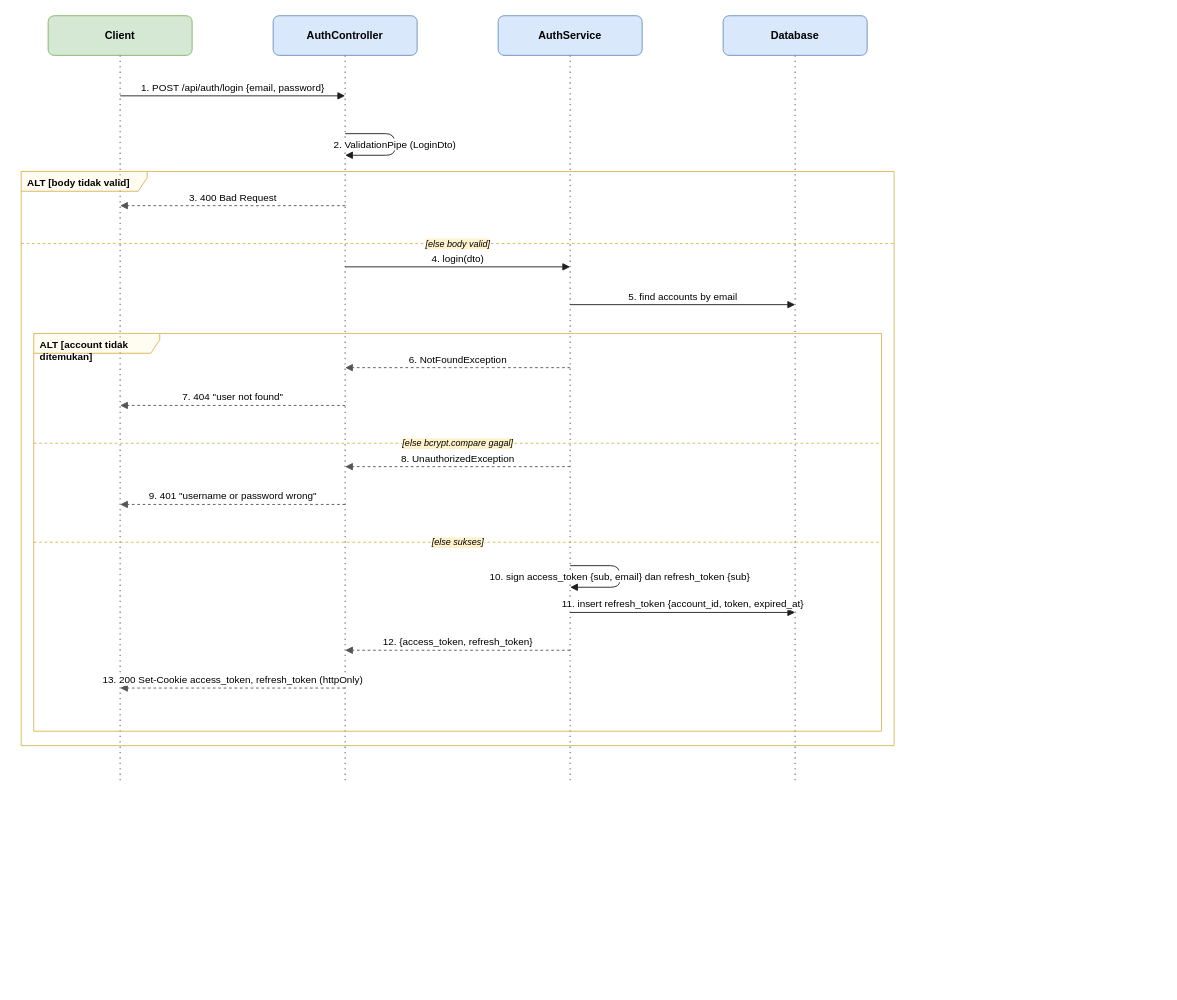
This is docs/diagrams/sequence/sequence-login.drawio from dimstyle/ruang-baca, a draw.io file, before an edit. Source tidied: cells renumbered, new cells numbered last; positions are measured from the earlier drawing's top-left corner, leaving out a move shared by most shapes. Both pictures are drawn from the tidied source at 90%, with x=0, y=0 at pixel (21, 15).
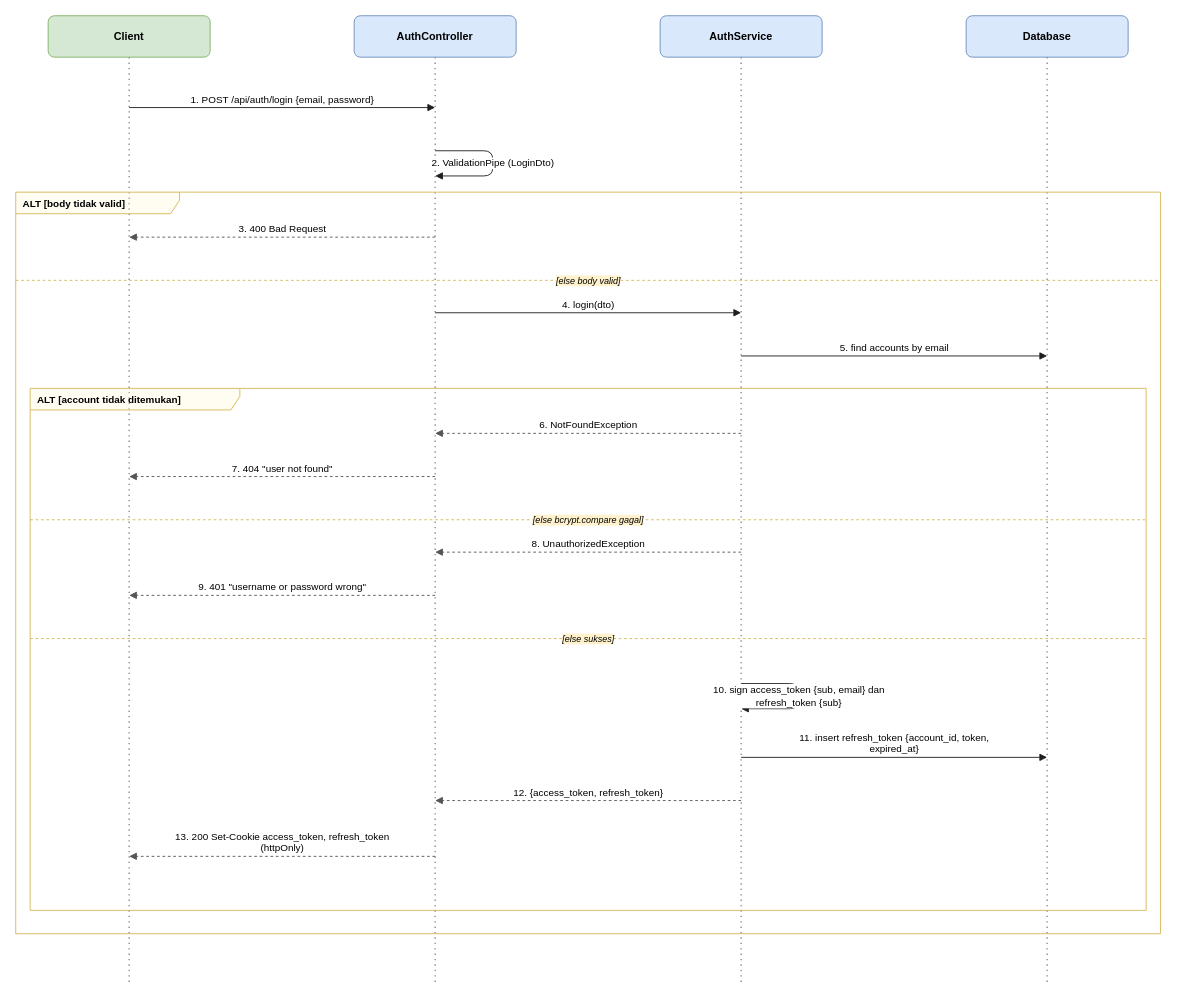
The same page after the edit.

What changed in the source:
```diff
@@
     <mxCell id="2" value="Client" style="rounded=1;whiteSpace=wrap;html=1;fillColor=#d5e8d4;strokeColor=#82b366;fontStyle=1;fontSize=12;" parent="1" vertex="1">
-      <mxGeometry x="30" width="160" height="44" as="geometry" />
+      <mxGeometry x="30" width="180" height="46" as="geometry" />
     </mxCell>
     <mxCell id="3" style="endArrow=none;dashed=1;html=1;dashPattern=1 3;strokeWidth=1.5;strokeColor=#888888;" parent="1" edge="1">
       <mxGeometry relative="1" as="geometry">
-        <mxPoint x="110" y="44" as="sourcePoint" />
-        <mxPoint x="110" y="851" as="targetPoint" />
+        <mxPoint x="120" y="46" as="sourcePoint" />
+        <mxPoint x="120" y="1074" as="targetPoint" />
       </mxGeometry>
     </mxCell>
     <mxCell id="4" value="AuthController" style="rounded=1;whiteSpace=wrap;html=1;fillColor=#dae8fc;strokeColor=#6c8ebf;fontStyle=1;fontSize=12;" parent="1" vertex="1">
-      <mxGeometry x="280" width="160" height="44" as="geometry" />
+      <mxGeometry x="370" width="180" height="46" as="geometry" />
     </mxCell>
     <mxCell id="5" style="endArrow=none;dashed=1;html=1;dashPattern=1 3;strokeWidth=1.5;strokeColor=#888888;" parent="1" edge="1">
       <mxGeometry relative="1" as="geometry">
-        <mxPoint x="360" y="44" as="sourcePoint" />
-        <mxPoint x="360" y="851" as="targetPoint" />
+        <mxPoint x="460" y="46" as="sourcePoint" />
+        <mxPoint x="460" y="1074" as="targetPoint" />
       </mxGeometry>
     </mxCell>
     <mxCell id="6" value="AuthService" style="rounded=1;whiteSpace=wrap;html=1;fillColor=#dae8fc;strokeColor=#6c8ebf;fontStyle=1;fontSize=12;" parent="1" vertex="1">
-      <mxGeometry x="530" width="160" height="44" as="geometry" />
+      <mxGeometry x="710" width="180" height="46" as="geometry" />
     </mxCell>
     <mxCell id="7" style="endArrow=none;dashed=1;html=1;dashPattern=1 3;strokeWidth=1.5;strokeColor=#888888;" parent="1" edge="1">
       <mxGeometry relative="1" as="geometry">
-        <mxPoint x="610" y="44" as="sourcePoint" />
-        <mxPoint x="610" y="851" as="targetPoint" />
+        <mxPoint x="800" y="46" as="sourcePoint" />
+        <mxPoint x="800" y="1074" as="targetPoint" />
       </mxGeometry>
     </mxCell>
     <mxCell id="8" value="Database" style="rounded=1;whiteSpace=wrap;html=1;fillColor=#dae8fc;strokeColor=#6c8ebf;fontStyle=1;fontSize=12;" parent="1" vertex="1">
-      <mxGeometry x="780" width="160" height="44" as="geometry" />
+      <mxGeometry x="1050" width="180" height="46" as="geometry" />
     </mxCell>
     <mxCell id="9" style="endArrow=none;dashed=1;html=1;dashPattern=1 3;strokeWidth=1.5;strokeColor=#888888;" parent="1" edge="1">
       <mxGeometry relative="1" as="geometry">
-        <mxPoint x="860" y="44" as="sourcePoint" />
-        <mxPoint x="860" y="851" as="targetPoint" />
+        <mxPoint x="1140" y="46" as="sourcePoint" />
+        <mxPoint x="1140" y="1074" as="targetPoint" />
       </mxGeometry>
     </mxCell>
-    <mxCell id="10" value="ALT [account tidak ditemukan]" style="shape=umlFrame;whiteSpace=wrap;html=1;width=140;height=22;boundedLbl=1;verticalAlign=top;align=left;spacingLeft=5;fillColor=#fff2cc;strokeColor=#d6b656;fillOpacity=25;fontSize=11;fontStyle=1;" parent="1" vertex="1">
-      <mxGeometry x="14" y="353" width="942" height="442" as="geometry" />
+    <mxCell id="10" value="ALT [account tidak ditemukan]" style="shape=umlFrame;whiteSpace=wrap;html=1;width=233;height=24;boundedLbl=1;verticalAlign=top;align=left;spacingLeft=6;fillColor=#fff2cc;strokeColor=#d6b656;fillOpacity=25;fontSize=11;fontStyle=1;" parent="1" vertex="1">
+      <mxGeometry x="10" y="414" width="1240" height="580" as="geometry" />
     </mxCell>
     <mxCell id="11" value="[else bcrypt.compare gagal]" style="endArrow=none;dashed=1;html=1;strokeColor=#d6b656;labelBackgroundColor=#fff2cc;fontSize=10;fontStyle=2;" parent="1" edge="1">
       <mxGeometry relative="1" as="geometry">
-        <mxPoint x="14" y="475" as="sourcePoint" />
-        <mxPoint x="956" y="475" as="targetPoint" />
+        <mxPoint x="10" y="560" as="sourcePoint" />
+        <mxPoint x="1250" y="560" as="targetPoint" />
       </mxGeometry>
     </mxCell>
     <mxCell id="12" value="[else sukses]" style="endArrow=none;dashed=1;html=1;strokeColor=#d6b656;labelBackgroundColor=#fff2cc;fontSize=10;fontStyle=2;" parent="1" edge="1">
       <mxGeometry relative="1" as="geometry">
-        <mxPoint x="14" y="585" as="sourcePoint" />
-        <mxPoint x="956" y="585" as="targetPoint" />
+        <mxPoint x="10" y="692" as="sourcePoint" />
+        <mxPoint x="1250" y="692" as="targetPoint" />
       </mxGeometry>
     </mxCell>
-    <mxCell id="13" value="ALT [body tidak valid]" style="shape=umlFrame;whiteSpace=wrap;html=1;width=140;height=22;boundedLbl=1;verticalAlign=top;align=left;spacingLeft=5;fillColor=#fff2cc;strokeColor=#d6b656;fillOpacity=25;fontSize=11;fontStyle=1;" parent="1" vertex="1">
-      <mxGeometry y="173" width="970" height="638" as="geometry" />
+    <mxCell id="13" value="ALT [body tidak valid]" style="shape=umlFrame;whiteSpace=wrap;html=1;width=182;height=24;boundedLbl=1;verticalAlign=top;align=left;spacingLeft=6;fillColor=#fff2cc;strokeColor=#d6b656;fillOpacity=25;fontSize=11;fontStyle=1;" parent="1" vertex="1">
+      <mxGeometry x="-6" y="196" width="1272" height="824" as="geometry" />
     </mxCell>
     <mxCell id="14" value="[else body valid]" style="endArrow=none;dashed=1;html=1;strokeColor=#d6b656;labelBackgroundColor=#fff2cc;fontSize=10;fontStyle=2;" parent="1" edge="1">
       <mxGeometry relative="1" as="geometry">
-        <mxPoint y="253" as="sourcePoint" />
-        <mxPoint x="970" y="253" as="targetPoint" />
+        <mxPoint x="-6" y="294" as="sourcePoint" />
+        <mxPoint x="1266" y="294" as="targetPoint" />
       </mxGeometry>
     </mxCell>
     <mxCell id="15" value="1. POST /api/auth/login {email, password}" style="html=1;verticalAlign=bottom;endArrow=block;endFill=1;strokeColor=#1F1F1F;fontSize=11;labelBackgroundColor=#ffffff;" parent="1" edge="1">
       <mxGeometry relative="1" as="geometry">
-        <mxPoint x="110" y="89" as="sourcePoint" />
-        <mxPoint x="360" y="89" as="targetPoint" />
+        <mxPoint x="120" y="102" as="sourcePoint" />
+        <mxPoint x="460" y="102" as="targetPoint" />
       </mxGeometry>
     </mxCell>
     <mxCell id="16" value="2. ValidationPipe (LoginDto)" style="edgeStyle=orthogonalEdgeStyle;rounded=1;html=1;endArrow=block;endFill=1;strokeColor=#1F1F1F;fontSize=11;labelBackgroundColor=#ffffff;" parent="1" edge="1">
       <mxGeometry relative="1" as="geometry">
-        <mxPoint x="360" y="131" as="sourcePoint" />
-        <mxPoint x="360" y="155" as="targetPoint" />
+        <mxPoint x="460" y="150" as="sourcePoint" />
+        <mxPoint x="460" y="178" as="targetPoint" />
         <Array as="points">
-          <mxPoint x="415" y="131" />
-          <mxPoint x="415" y="155" />
+          <mxPoint x="524" y="150" />
+          <mxPoint x="524" y="178" />
         </Array>
       </mxGeometry>
     </mxCell>
     <mxCell id="17" value="3. 400 Bad Request" style="html=1;verticalAlign=bottom;endArrow=block;endFill=1;dashed=1;strokeColor=#555555;fontSize=11;labelBackgroundColor=#ffffff;" parent="1" edge="1">
       <mxGeometry relative="1" as="geometry">
-        <mxPoint x="360" y="211" as="sourcePoint" />
-        <mxPoint x="110" y="211" as="targetPoint" />
+        <mxPoint x="460" y="246" as="sourcePoint" />
+        <mxPoint x="120" y="246" as="targetPoint" />
       </mxGeometry>
     </mxCell>
     <mxCell id="18" value="4. login(dto)" style="html=1;verticalAlign=bottom;endArrow=block;endFill=1;strokeColor=#1F1F1F;fontSize=11;labelBackgroundColor=#ffffff;" parent="1" edge="1">
       <mxGeometry relative="1" as="geometry">
-        <mxPoint x="360" y="279" as="sourcePoint" />
-        <mxPoint x="610" y="279" as="targetPoint" />
+        <mxPoint x="460" y="330" as="sourcePoint" />
+        <mxPoint x="800" y="330" as="targetPoint" />
       </mxGeometry>
     </mxCell>
     <mxCell id="19" value="5. find accounts by email" style="html=1;verticalAlign=bottom;endArrow=block;endFill=1;strokeColor=#1F1F1F;fontSize=11;labelBackgroundColor=#ffffff;" parent="1" edge="1">
       <mxGeometry relative="1" as="geometry">
-        <mxPoint x="610" y="321" as="sourcePoint" />
-        <mxPoint x="860" y="321" as="targetPoint" />
+        <mxPoint x="800" y="378" as="sourcePoint" />
+        <mxPoint x="1140" y="378" as="targetPoint" />
       </mxGeometry>
     </mxCell>
     <mxCell id="20" value="6. NotFoundException" style="html=1;verticalAlign=bottom;endArrow=block;endFill=1;dashed=1;strokeColor=#555555;fontSize=11;labelBackgroundColor=#ffffff;" parent="1" edge="1">
       <mxGeometry relative="1" as="geometry">
-        <mxPoint x="610" y="391" as="sourcePoint" />
-        <mxPoint x="360" y="391" as="targetPoint" />
+        <mxPoint x="800" y="464" as="sourcePoint" />
+        <mxPoint x="460" y="464" as="targetPoint" />
       </mxGeometry>
     </mxCell>
     <mxCell id="21" value="7. 404 &quot;user not found&quot;" style="html=1;verticalAlign=bottom;endArrow=block;endFill=1;dashed=1;strokeColor=#555555;fontSize=11;labelBackgroundColor=#ffffff;" parent="1" edge="1">
       <mxGeometry relative="1" as="geometry">
-        <mxPoint x="360" y="433" as="sourcePoint" />
-        <mxPoint x="110" y="433" as="targetPoint" />
+        <mxPoint x="460" y="512" as="sourcePoint" />
+        <mxPoint x="120" y="512" as="targetPoint" />
       </mxGeometry>
     </mxCell>
     <mxCell id="22" value="8. UnauthorizedException" style="html=1;verticalAlign=bottom;endArrow=block;endFill=1;dashed=1;strokeColor=#555555;fontSize=11;labelBackgroundColor=#ffffff;" parent="1" edge="1">
       <mxGeometry relative="1" as="geometry">
-        <mxPoint x="610" y="501" as="sourcePoint" />
-        <mxPoint x="360" y="501" as="targetPoint" />
+        <mxPoint x="800" y="596" as="sourcePoint" />
+        <mxPoint x="460" y="596" as="targetPoint" />
       </mxGeometry>
     </mxCell>
     <mxCell id="23" value="9. 401 &quot;username or password wrong&quot;" style="html=1;verticalAlign=bottom;endArrow=block;endFill=1;dashed=1;strokeColor=#555555;fontSize=11;labelBackgroundColor=#ffffff;" parent="1" edge="1">
       <mxGeometry relative="1" as="geometry">
-        <mxPoint x="360" y="543" as="sourcePoint" />
-        <mxPoint x="110" y="543" as="targetPoint" />
+        <mxPoint x="460" y="644" as="sourcePoint" />
+        <mxPoint x="120" y="644" as="targetPoint" />
       </mxGeometry>
     </mxCell>
-    <mxCell id="24" value="10. sign access_token {sub, email} dan refresh_token {sub}" style="edgeStyle=orthogonalEdgeStyle;rounded=1;html=1;endArrow=block;endFill=1;strokeColor=#1F1F1F;fontSize=11;labelBackgroundColor=#ffffff;" parent="1" edge="1">
+    <mxCell id="24" value="10. sign access_token {sub, email} dan&lt;br/&gt;refresh_token {sub}" style="edgeStyle=orthogonalEdgeStyle;rounded=1;html=1;endArrow=block;endFill=1;strokeColor=#1F1F1F;fontSize=11;labelBackgroundColor=#ffffff;" parent="1" edge="1">
       <mxGeometry relative="1" as="geometry">
-        <mxPoint x="610" y="611" as="sourcePoint" />
-        <mxPoint x="610" y="635" as="targetPoint" />
+        <mxPoint x="800" y="742" as="sourcePoint" />
+        <mxPoint x="800" y="770" as="targetPoint" />
         <Array as="points">
-          <mxPoint x="665" y="611" />
-          <mxPoint x="665" y="635" />
+          <mxPoint x="864" y="742" />
+          <mxPoint x="864" y="770" />
         </Array>
       </mxGeometry>
     </mxCell>
-    <mxCell id="25" value="11. insert refresh_token {account_id, token, expired_at}" style="html=1;verticalAlign=bottom;endArrow=block;endFill=1;strokeColor=#1F1F1F;fontSize=11;labelBackgroundColor=#ffffff;" parent="1" edge="1">
+    <mxCell id="25" value="11. insert refresh_token {account_id, token,&lt;br/&gt;expired_at}" style="html=1;verticalAlign=bottom;endArrow=block;endFill=1;strokeColor=#1F1F1F;fontSize=11;labelBackgroundColor=#ffffff;" parent="1" edge="1">
       <mxGeometry relative="1" as="geometry">
-        <mxPoint x="610" y="663" as="sourcePoint" />
-        <mxPoint x="860" y="663" as="targetPoint" />
+        <mxPoint x="800" y="824" as="sourcePoint" />
+        <mxPoint x="1140" y="824" as="targetPoint" />
       </mxGeometry>
     </mxCell>
     <mxCell id="26" value="12. {access_token, refresh_token}" style="html=1;verticalAlign=bottom;endArrow=block;endFill=1;dashed=1;strokeColor=#555555;fontSize=11;labelBackgroundColor=#ffffff;" parent="1" edge="1">
       <mxGeometry relative="1" as="geometry">
-        <mxPoint x="610" y="705" as="sourcePoint" />
-        <mxPoint x="360" y="705" as="targetPoint" />
+        <mxPoint x="800" y="872" as="sourcePoint" />
+        <mxPoint x="460" y="872" as="targetPoint" />
       </mxGeometry>
     </mxCell>
-    <mxCell id="27" value="13. 200 Set-Cookie access_token, refresh_token (httpOnly)" style="html=1;verticalAlign=bottom;endArrow=block;endFill=1;dashed=1;strokeColor=#555555;fontSize=11;labelBackgroundColor=#ffffff;" parent="1" edge="1">
+    <mxCell id="27" value="13. 200 Set-Cookie access_token, refresh_token&lt;br/&gt;(httpOnly)" style="html=1;verticalAlign=bottom;endArrow=block;endFill=1;dashed=1;strokeColor=#555555;fontSize=11;labelBackgroundColor=#ffffff;" parent="1" edge="1">
       <mxGeometry relative="1" as="geometry">
-        <mxPoint x="360" y="747" as="sourcePoint" />
-        <mxPoint x="110" y="747" as="targetPoint" />
+        <mxPoint x="460" y="934" as="sourcePoint" />
+        <mxPoint x="120" y="934" as="targetPoint" />
       </mxGeometry>
     </mxCell>
```
